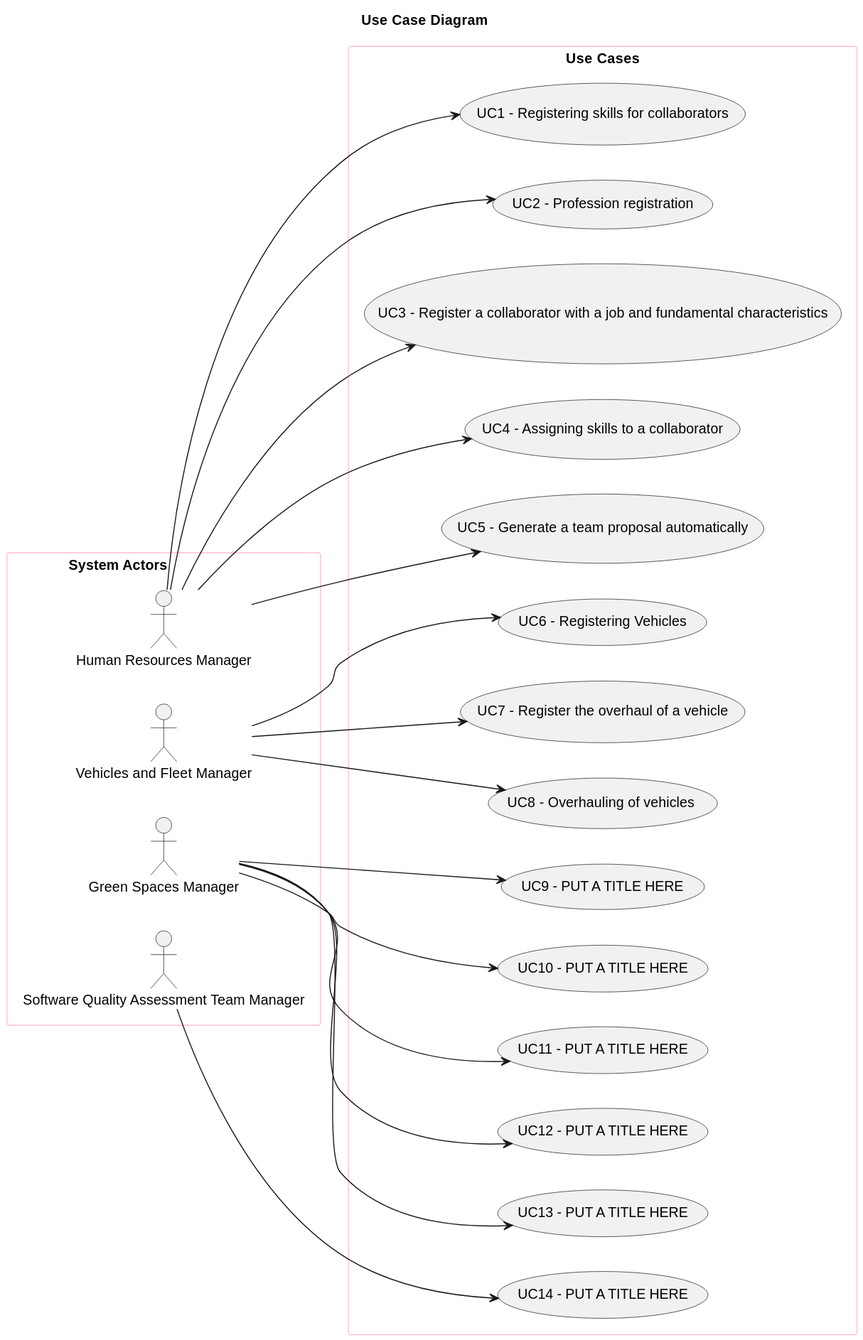
Earlier version of the PlantUML export docs/sprintB/global-artifacts/01.requirements-engineering/svg/use-case-diagram-Use_Case_Diagram.svg (SAEmanuel/Green_Spaces_Management_ISEP).
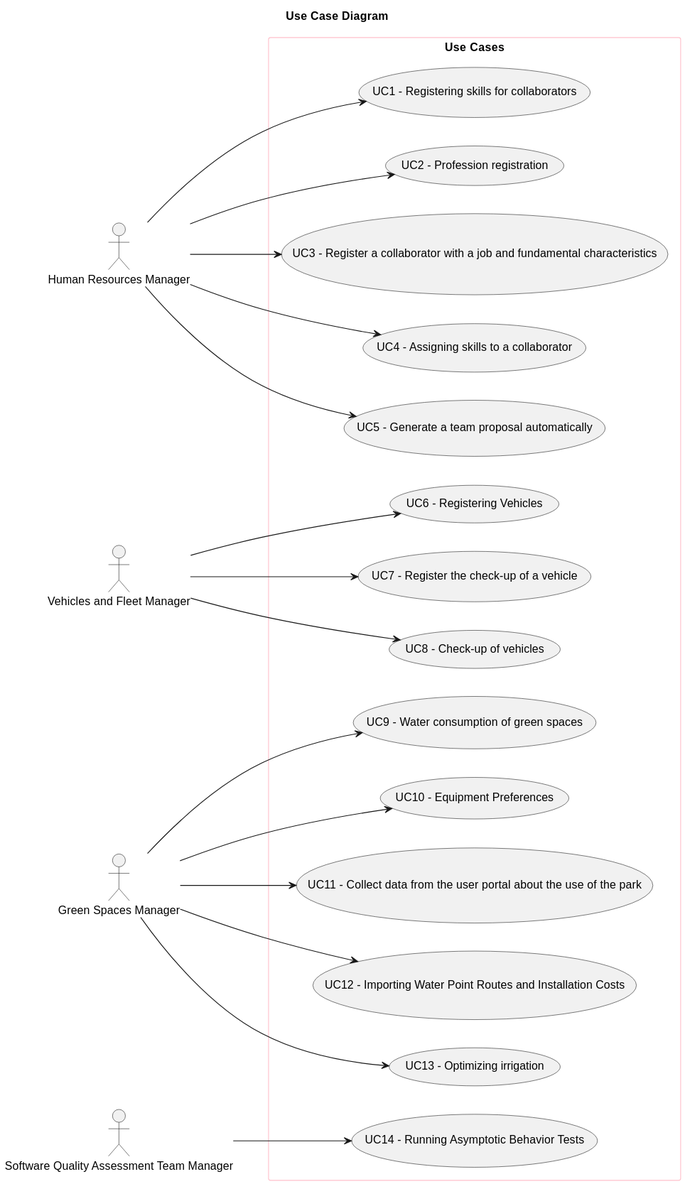
Later version of the same file.

The edit, as a diff of the source:
```diff
@@ -9,7 +9,7 @@
 
 left to right direction
 
-rectangle "System Actors                       " as actors {
+
     actor "Human Resources Manager" as HRM
     actor "Vehicles and Fleet Manager" as FM
     actor "Green Spaces Manager" as GSM
@@ -17,7 +17,7 @@
 
 
 
-}
+
 
 
 
@@ -28,14 +28,14 @@
     usecase "UC4 - Assigning skills to a collaborator" as UC4
     usecase "UC5 - Generate a team proposal automatically" as UC5
     usecase "UC6 - Registering Vehicles" as UC6
-    usecase "UC7 - Register the overhaul of a vehicle" as UC7
-    usecase "UC8 - Overhauling of vehicles " as UC8
-    usecase "UC9 - PUT A TITLE HERE" as UC9
-    usecase "UC10 - PUT A TITLE HERE" as UC10
-    usecase "UC11 - PUT A TITLE HERE" as UC11
-    usecase "UC12 - PUT A TITLE HERE" as UC12
-    usecase "UC13 - PUT A TITLE HERE" as UC13
-    usecase "UC14 - PUT A TITLE HERE" as UC14
+    usecase "UC7 - Register the check-up of a vehicle" as UC7
+    usecase "UC8 - Check-up of vehicles" as UC8
+    usecase "UC9 - Water consumption of green spaces" as UC9
+    usecase "UC10 - Equipment Preferences" as UC10
+    usecase "UC11 - Collect data from the user portal about the use of the park" as UC11
+    usecase "UC12 - Importing Water Point Routes and Installation Costs" as UC12
+    usecase "UC13 - Optimizing irrigation" as UC13
+    usecase "UC14 - Running Asymptotic Behavior Tests" as UC14
 
     HRM --> UC1
     HRM --> UC2
```
